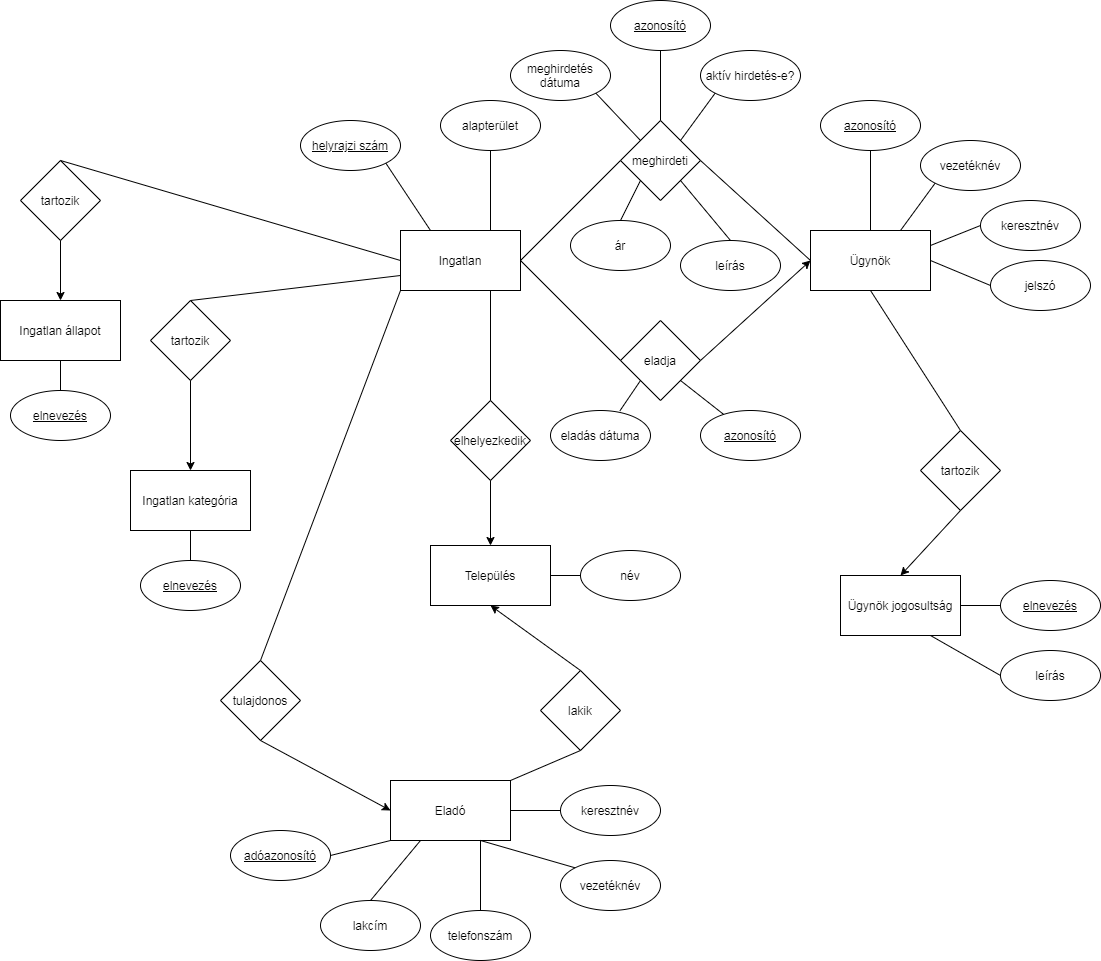
Earlier version of the draw.io export ADATBAZIS/IngatlanCentrumEK.png (MiklosArpad/szakdolgozat). Source tidied: cells renumbered, new cells last; positions are measured from the earlier drawing's top-left corner, leaving out a move shared by most shapes.
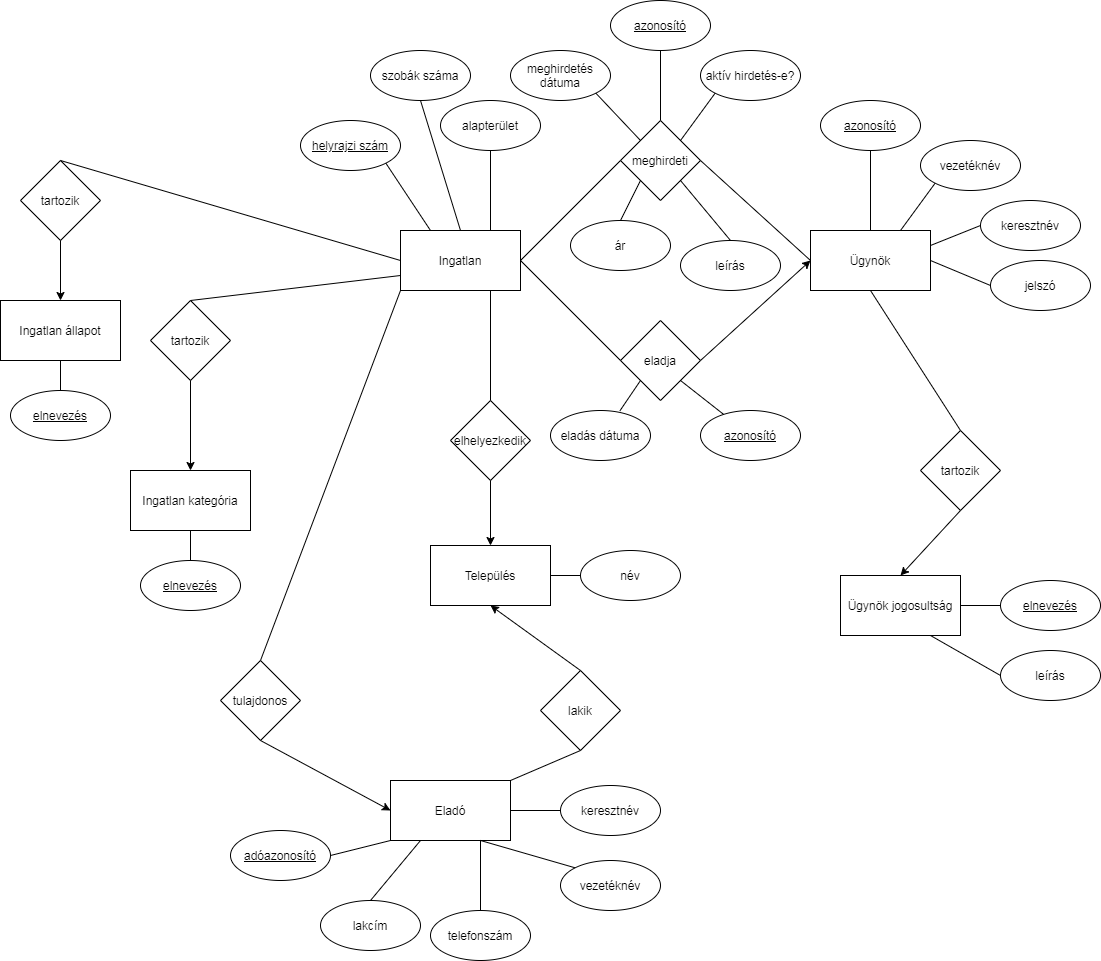
Above is the later version.

Commit message:
szobák számainak eltárolása.

The edit, as a diff of the source:
```diff
@@ -233,5 +233,11 @@
     <mxCell id="78" value="leírás" style="ellipse;whiteSpace=wrap;html=1;fontStyle=0;" parent="1" vertex="1">
       <mxGeometry x="1000" y="650" width="100" height="50" as="geometry" />
     </mxCell>
+    <mxCell id="79" value="szobák száma" style="ellipse;whiteSpace=wrap;html=1;fontStyle=0;" parent="1" vertex="1">
+      <mxGeometry x="370" y="50" width="100" height="50" as="geometry" />
+    </mxCell>
+    <mxCell id="80" style="endArrow=none;html=1;exitX=0.5;exitY=0;exitDx=0;exitDy=0;entryX=0.5;entryY=1;entryDx=0;entryDy=0;" parent="1" edge="1" source="2" target="79">
+      <mxGeometry relative="1" as="geometry" />
+    </mxCell>
   </root>
 </mxGraphModel>
```
